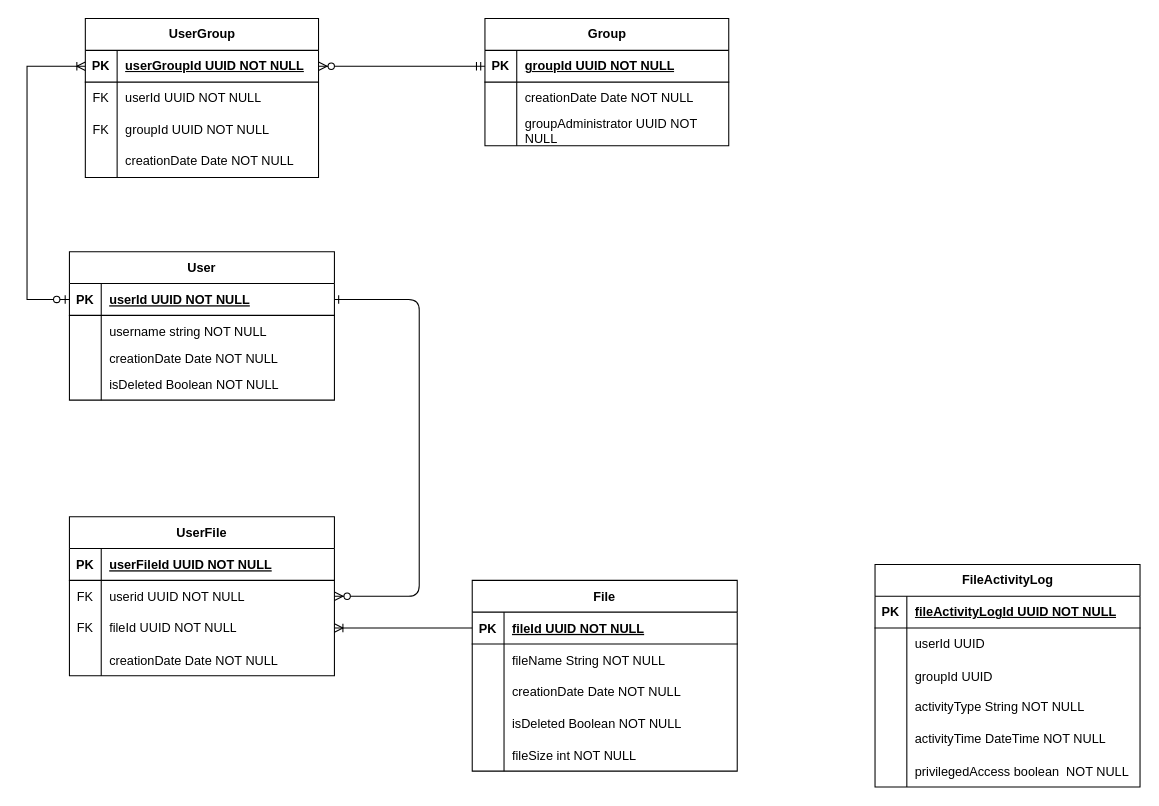
Above: docs/code/Entity_Relationship_Diagram.drawio in patrickSlaine/Java-Cloud-Storage (draw.io), before the change. Source tidied: cells renumbered, new cells numbered last; positions are measured from the earlier drawing's top-left corner, leaving out a move shared by most shapes. Both pictures are drawn from the tidied source at 106%, with x=0, y=0 at pixel (26, 18).
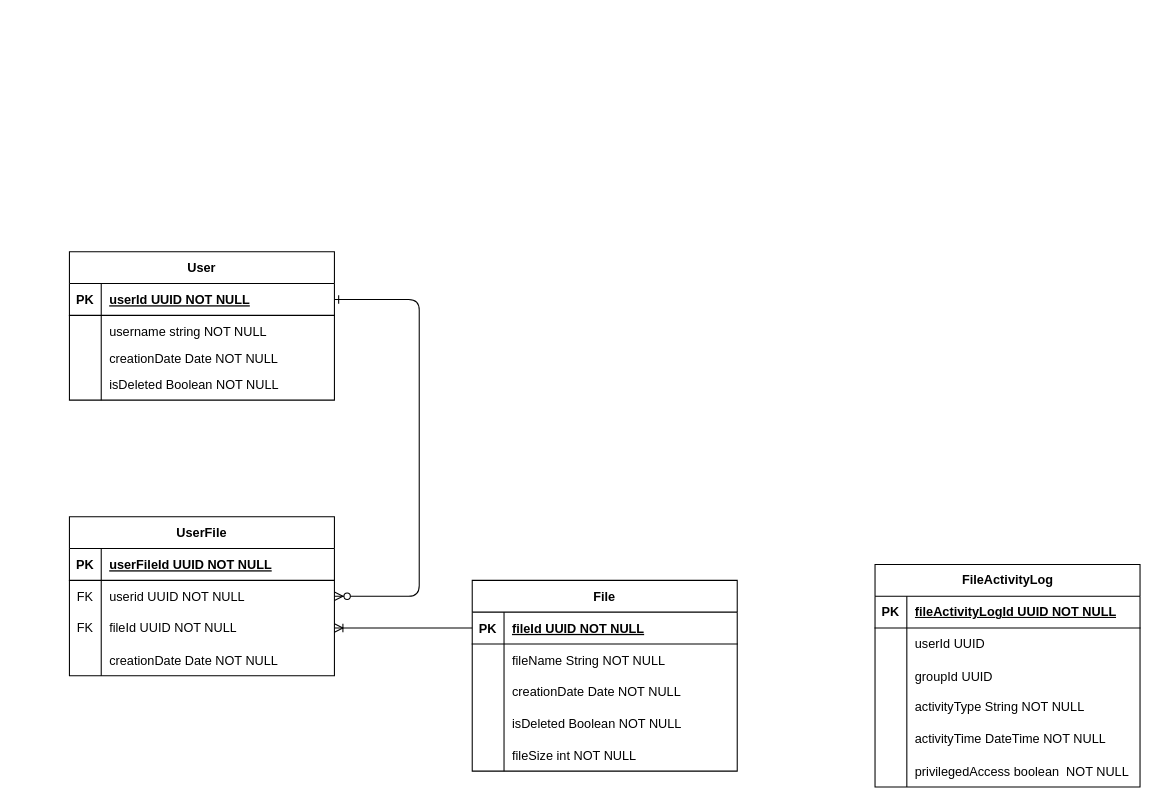
The same diagram, later.

Commit message (it also covers changes not shown here):
Sequence Diagrams

Unchanged cells that the change refers to:
```xml
<mxCell id="33" style="shape=partialRectangle;fillColor=none;points=[[0,0.5],[1,0.5]];portConstraint=eastwest;top=0;left=0;right=0;bottom=1;" parent="32" vertex="1">
  <mxGeometry y="30" width="250" height="30" as="geometry" />
</mxCell>
```

The edit, as a diff of the source:
```diff
@@
-    <mxCell id="46" value="UserGroup" style="shape=table;startSize=30;childLayout=tableLayout;rowLines=0;fontStyle=1;align=center;html=1;" parent="1" vertex="1">
-      <mxGeometry x="55" width="220" height="150" as="geometry" />
-    </mxCell>
-    <mxCell id="47" style="shape=tableRow;horizontal=0;startSize=0;swimlaneHead=0;swimlaneBody=0;fillColor=none;points=[[0,0.5],[1,0.5]];portConstraint=eastwest;top=0;left=0;right=0;bottom=1;" parent="46" vertex="1">
-      <mxGeometry y="30" width="220" height="30" as="geometry" />
-    </mxCell>
-    <mxCell id="48" value="PK" style="shape=partialRectangle;fillColor=none;top=0;left=0;bottom=0;right=0;fontStyle=1;overflow=hidden;whiteSpace=wrap;html=1;" parent="47" vertex="1">
-      <mxGeometry width="30" height="30" as="geometry" />
-    </mxCell>
-    <mxCell id="49" value="userGroupId UUID NOT NULL" style="shape=partialRectangle;fillColor=none;top=0;left=0;bottom=0;right=0;align=left;spacingLeft=6;fontStyle=5;overflow=hidden;whiteSpace=wrap;html=1;" parent="47" vertex="1">
-      <mxGeometry x="30" width="190" height="30" as="geometry" />
-    </mxCell>
-    <mxCell id="50" style="shape=tableRow;horizontal=0;startSize=0;swimlaneHead=0;swimlaneBody=0;fillColor=none;top=0;left=0;right=0;bottom=0;" parent="46" vertex="1">
-      <mxGeometry y="60" width="220" height="30" as="geometry" />
-    </mxCell>
-    <mxCell id="51" value="FK" style="shape=partialRectangle;fillColor=none;top=0;left=0;bottom=0;right=0;fontStyle=0;overflow=hidden;whiteSpace=wrap;html=1;" parent="50" vertex="1">
-      <mxGeometry width="30" height="30" as="geometry" />
-    </mxCell>
-    <mxCell id="52" value="userId UUID NOT NULL" style="shape=partialRectangle;fillColor=none;top=0;left=0;bottom=0;right=0;align=left;spacingLeft=6;fontStyle=0;overflow=hidden;whiteSpace=wrap;html=1;" parent="50" vertex="1">
-      <mxGeometry x="30" width="190" height="30" as="geometry" />
-    </mxCell>
-    <mxCell id="53" style="shape=tableRow;horizontal=0;startSize=0;swimlaneHead=0;swimlaneBody=0;fillColor=none;top=0;left=0;right=0;bottom=0;" parent="46" vertex="1">
-      <mxGeometry y="90" width="220" height="30" as="geometry" />
-    </mxCell>
-    <mxCell id="54" value="FK" style="shape=partialRectangle;fillColor=none;top=0;left=0;bottom=0;right=0;fontStyle=0;overflow=hidden;whiteSpace=wrap;html=1;" parent="53" vertex="1">
-      <mxGeometry width="30" height="30" as="geometry" />
-    </mxCell>
-    <mxCell id="55" value="groupId UUID NOT NULL" style="shape=partialRectangle;fillColor=none;top=0;left=0;bottom=0;right=0;align=left;spacingLeft=6;fontStyle=0;overflow=hidden;whiteSpace=wrap;html=1;" parent="53" vertex="1">
-      <mxGeometry x="30" width="190" height="30" as="geometry" />
-    </mxCell>
-    <mxCell id="56" style="shape=tableRow;horizontal=0;startSize=0;swimlaneHead=0;swimlaneBody=0;fillColor=none;top=0;left=0;right=0;bottom=0;" parent="46" vertex="1">
-      <mxGeometry y="120" width="220" height="30" as="geometry" />
-    </mxCell>
-    <mxCell id="57" style="shape=partialRectangle;fillColor=none;top=0;left=0;bottom=0;right=0;overflow=hidden;whiteSpace=wrap;html=1;" parent="56" vertex="1">
-      <mxGeometry width="30" height="30" as="geometry" />
-    </mxCell>
-    <mxCell id="58" value="creationDate Date NOT NULL" style="shape=partialRectangle;fillColor=none;top=0;left=0;bottom=0;right=0;align=left;spacingLeft=6;overflow=hidden;whiteSpace=wrap;html=1;" parent="56" vertex="1">
-      <mxGeometry x="30" width="190" height="30" as="geometry" />
-    </mxCell>
-    <mxCell id="59" style="fontSize=12;html=1;endArrow=ERoneToMany;startArrow=ERzeroToOne;rounded=0;exitX=0;exitY=0.5;exitDx=0;exitDy=0;entryX=0;entryY=0.5;entryDx=0;entryDy=0;edgeStyle=orthogonalEdgeStyle;" parent="1" edge="1" source="33" target="47">
-      <mxGeometry relative="1" as="geometry">
-        <Array as="points">
-          <mxPoint y="265" />
-          <mxPoint y="45" />
-        </Array>
-      </mxGeometry>
-    </mxCell>
-    <mxCell id="60" value="Group" style="shape=table;startSize=30;childLayout=tableLayout;rowLines=0;fontStyle=1;align=center;html=1;" parent="1" vertex="1">
-      <mxGeometry x="432" width="230" height="120" as="geometry" />
-    </mxCell>
-    <mxCell id="61" style="shape=tableRow;horizontal=0;startSize=0;swimlaneHead=0;swimlaneBody=0;fillColor=none;points=[[0,0.5],[1,0.5]];portConstraint=eastwest;top=0;left=0;right=0;bottom=1;" parent="60" vertex="1">
-      <mxGeometry y="30" width="230" height="30" as="geometry" />
-    </mxCell>
-    <mxCell id="62" value="PK" style="shape=partialRectangle;fillColor=none;top=0;left=0;bottom=0;right=0;fontStyle=1;overflow=hidden;whiteSpace=wrap;html=1;" parent="61" vertex="1">
-      <mxGeometry width="30" height="30" as="geometry" />
-    </mxCell>
-    <mxCell id="63" value="groupId UUID NOT NULL" style="shape=partialRectangle;fillColor=none;top=0;left=0;bottom=0;right=0;align=left;spacingLeft=6;fontStyle=5;overflow=hidden;whiteSpace=wrap;html=1;" parent="61" vertex="1">
-      <mxGeometry x="30" width="200" height="30" as="geometry" />
-    </mxCell>
-    <mxCell id="64" style="shape=tableRow;horizontal=0;startSize=0;swimlaneHead=0;swimlaneBody=0;fillColor=none;top=0;left=0;right=0;bottom=0;" parent="60" vertex="1">
-      <mxGeometry y="60" width="230" height="30" as="geometry" />
-    </mxCell>
-    <mxCell id="65" style="shape=partialRectangle;fillColor=none;top=0;left=0;bottom=0;right=0;overflow=hidden;whiteSpace=wrap;html=1;" parent="64" vertex="1">
-      <mxGeometry width="30" height="30" as="geometry" />
-    </mxCell>
-    <mxCell id="66" value="creationDate Date NOT NULL" style="shape=partialRectangle;fillColor=none;top=0;left=0;bottom=0;right=0;align=left;spacingLeft=6;overflow=hidden;whiteSpace=wrap;html=1;" parent="64" vertex="1">
-      <mxGeometry x="30" width="200" height="30" as="geometry" />
-    </mxCell>
-    <mxCell id="67" style="shape=tableRow;horizontal=0;startSize=0;swimlaneHead=0;swimlaneBody=0;fillColor=none;top=0;left=0;right=0;bottom=0;" parent="60" vertex="1">
-      <mxGeometry y="90" width="230" height="30" as="geometry" />
-    </mxCell>
-    <mxCell id="68" style="shape=partialRectangle;fillColor=none;top=0;left=0;bottom=0;right=0;overflow=hidden;whiteSpace=wrap;html=1;" parent="67" vertex="1">
-      <mxGeometry width="30" height="30" as="geometry" />
-    </mxCell>
-    <mxCell id="69" value="groupAdministrator UUID NOT NULL" style="shape=partialRectangle;fillColor=none;top=0;left=0;bottom=0;right=0;align=left;spacingLeft=6;overflow=hidden;whiteSpace=wrap;html=1;" parent="67" vertex="1">
-      <mxGeometry x="30" width="200" height="30" as="geometry" />
-    </mxCell>
-    <mxCell id="70" style="edgeStyle=orthogonalEdgeStyle;fontSize=12;html=1;endArrow=ERzeroToMany;startArrow=ERmandOne;rounded=0;entryX=1;entryY=0.5;entryDx=0;entryDy=0;exitX=0;exitY=0.5;exitDx=0;exitDy=0;" parent="1" edge="1" source="61" target="47">
-      <mxGeometry relative="1" as="geometry" />
-    </mxCell>
```
